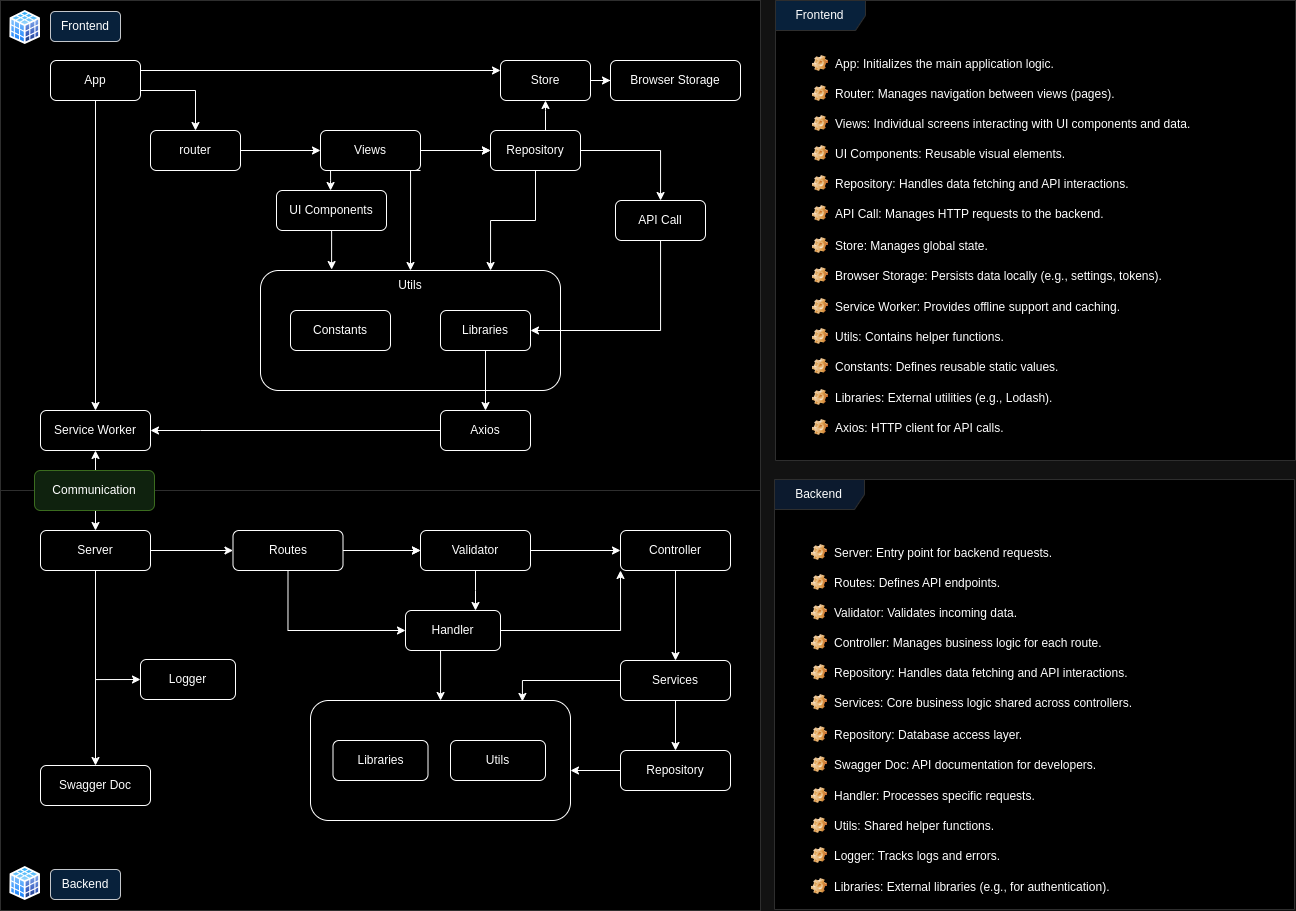
Before: doc/code_flow.png, a diagram exported from draw.io (SivaPrakasam7/Fullstack_solid_setup). Source tidied: cells renumbered, new cells last; positions are measured from the earlier drawing's top-left corner, leaving out a move shared by most shapes.
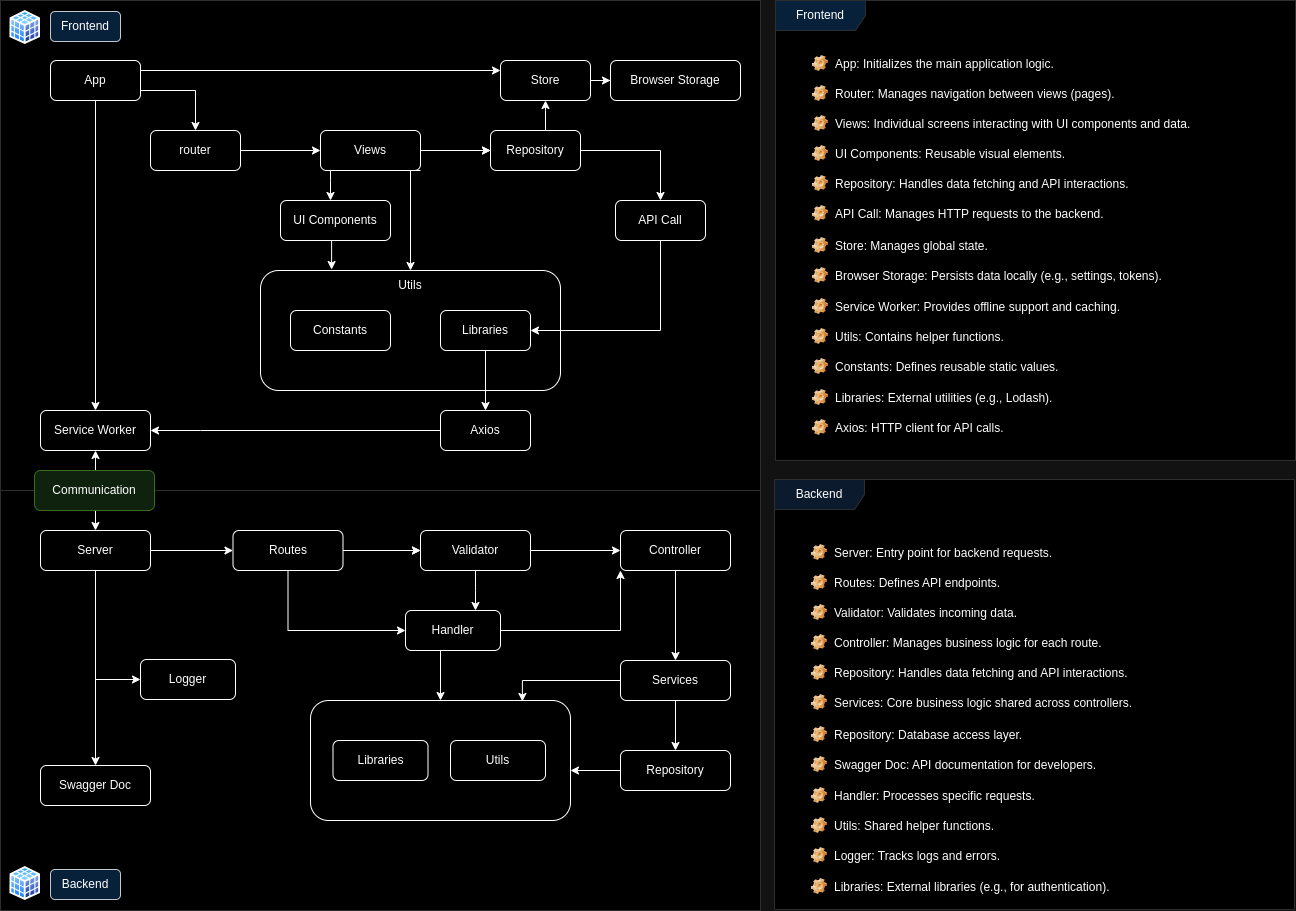
Later version of the same file.

Commit message:
code flow diagram update

Change to the diagram source:
```diff
@@ -60,14 +60,6 @@
         </Array>
       </mxGeometry>
     </mxCell>
-    <mxCell id="17" style="edgeStyle=orthogonalEdgeStyle;rounded=0;jettySize=auto;html=1;shadow=0;" parent="1" edge="1" source="18" target="19">
-      <mxGeometry relative="1" as="geometry">
-        <Array as="points">
-          <mxPoint x="535" y="220" />
-          <mxPoint x="490" y="220" />
-        </Array>
-      </mxGeometry>
-    </mxCell>
     <mxCell id="18" value="Repository" style="rounded=1;whiteSpace=wrap;html=1;shadow=0;" parent="1" vertex="1">
       <mxGeometry x="490" y="130" width="90" height="40" as="geometry" />
     </mxCell>
@@ -139,7 +131,7 @@
       </mxGeometry>
     </mxCell>
     <mxCell id="34" value="UI Components" style="rounded=1;whiteSpace=wrap;html=1;shadow=0;" parent="1" vertex="1">
-      <mxGeometry x="276" y="190" width="110" height="40" as="geometry" />
+      <mxGeometry x="280" y="200" width="110" height="40" as="geometry" />
     </mxCell>
     <mxCell id="35" style="edgeStyle=orthogonalEdgeStyle;rounded=0;jettySize=auto;html=1;shadow=0;" parent="1" edge="1" source="38" target="43">
       <mxGeometry relative="1" as="geometry" />
```
